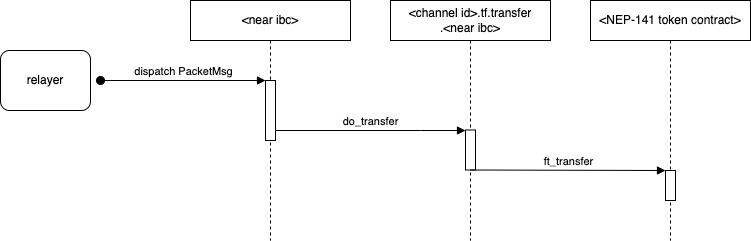
Above: images/near_ibc-Page-4-2.drawio.png in octopus-network/near-ibc (draw.io), before the change. Source tidied: cells renumbered, new cells last; positions are measured from the earlier drawing's top-left corner, leaving out a move shared by most shapes.
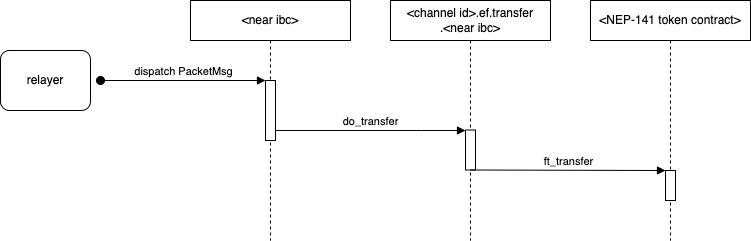
After the commit.

The edit, as a diff of the source:
```diff
@@ -2,7 +2,7 @@
   <root>
     <mxCell id="0" />
     <mxCell id="1" parent="0" />
-    <mxCell id="2" value="&amp;lt;channel id&amp;gt;.tf.transfer&lt;br&gt;.&amp;lt;near ibc&amp;gt;" style="shape=umlLifeline;perimeter=lifelinePerimeter;whiteSpace=wrap;html=1;newEdgeStyle={&quot;edgeStyle&quot;:&quot;elbowEdgeStyle&quot;,&quot;elbow&quot;:&quot;vertical&quot;,&quot;curved&quot;:0,&quot;rounded&quot;:0};" parent="1" vertex="1">
+    <mxCell id="2" value="&amp;lt;channel id&amp;gt;.ef.transfer&lt;br&gt;.&amp;lt;near ibc&amp;gt;" style="shape=umlLifeline;perimeter=lifelinePerimeter;whiteSpace=wrap;html=1;newEdgeStyle={&quot;edgeStyle&quot;:&quot;elbowEdgeStyle&quot;,&quot;elbow&quot;:&quot;vertical&quot;,&quot;curved&quot;:0,&quot;rounded&quot;:0};" parent="1" vertex="1">
       <mxGeometry x="390" width="160" height="240" as="geometry" />
     </mxCell>
     <mxCell id="3" style="html=1;points=[];perimeter=orthogonalPerimeter;outlineConnect=0;targetShapes=umlLifeline;portConstraint=eastwest;newEdgeStyle={&quot;edgeStyle&quot;:&quot;elbowEdgeStyle&quot;,&quot;elbow&quot;:&quot;vertical&quot;,&quot;curved&quot;:0,&quot;rounded&quot;:0};" parent="2" vertex="1">
```
